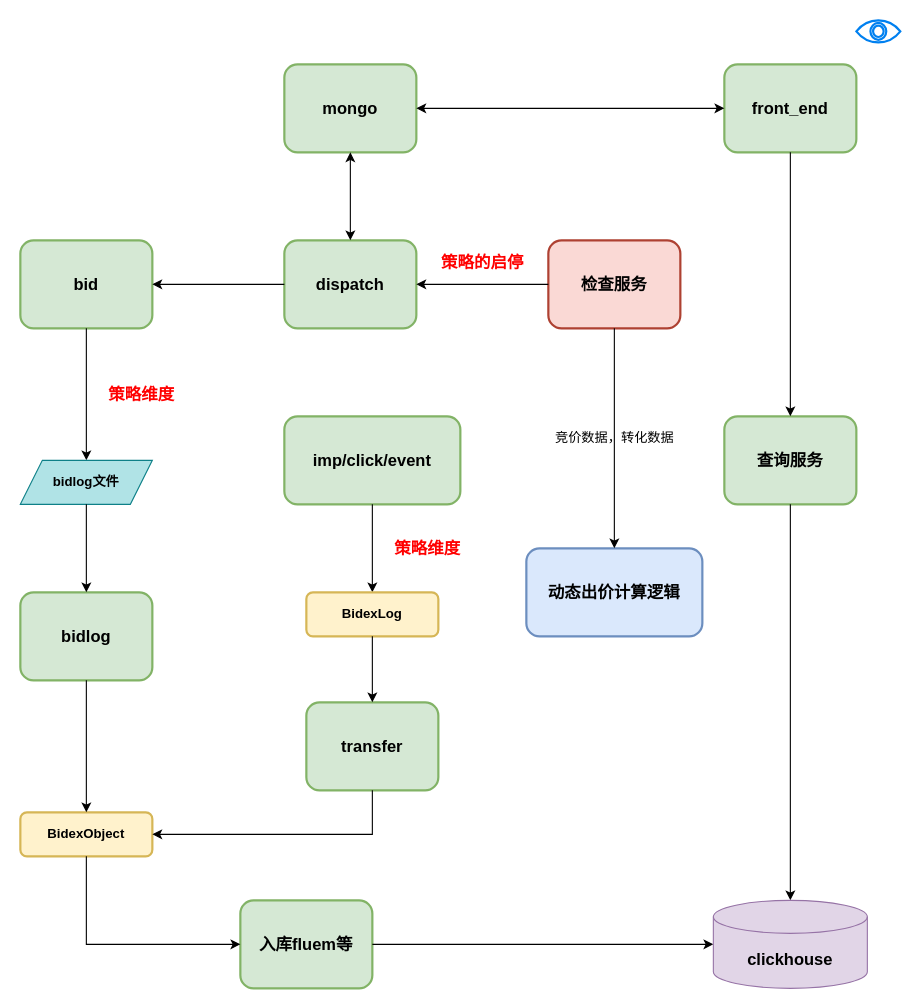
Before: sunteng/bidex/动态出价离线版.drawio in donscoco/diagrams, a draw.io diagram. Source tidied: cells renumbered, new cells numbered last; positions are measured from the earlier drawing's top-left corner, leaving out a move shared by most shapes. Both pictures are drawn from the tidied source at 110%, with x=0, y=0 at pixel (20, 20).
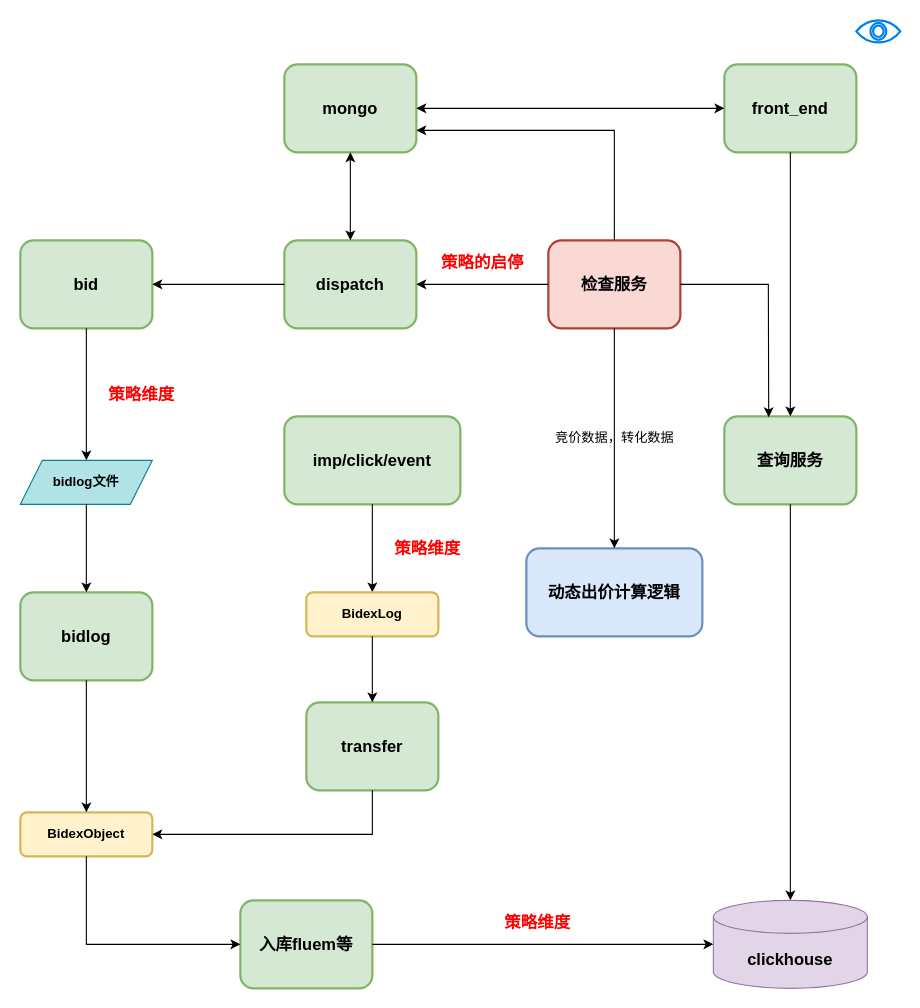
Above is the later version.

Commit message (it also covers changes not shown here):
更新动态出价离线版.drawio

Unchanged cells that the change refers to:
```xml
<mxCell id="5" value="&lt;span style=&quot;font-size: 15px;&quot;&gt;&lt;b&gt;查询服务&lt;/b&gt;&lt;/span&gt;" style="rounded=1;whiteSpace=wrap;html=1;strokeWidth=2;fillWeight=4;hachureGap=8;hachureAngle=45;fillColor=#d5e8d4;strokeColor=#82b366;" parent="1" vertex="1">
  <mxGeometry x="640" y="360" width="120" height="80" as="geometry" />
</mxCell>
<mxCell id="9" value="&lt;span style=&quot;font-size: 15px;&quot;&gt;&lt;b&gt;检查服务&lt;/b&gt;&lt;/span&gt;" style="rounded=1;whiteSpace=wrap;html=1;strokeWidth=2;fillWeight=4;hachureGap=8;hachureAngle=45;fillColor=#fad9d5;strokeColor=#ae4132;" parent="1" vertex="1">
  <mxGeometry x="480" y="200" width="120" height="80" as="geometry" />
</mxCell>
<mxCell id="11" value="&lt;span style=&quot;font-size: 15px;&quot;&gt;&lt;b&gt;mongo&lt;/b&gt;&lt;/span&gt;" style="rounded=1;whiteSpace=wrap;html=1;strokeWidth=2;fillWeight=4;hachureGap=8;hachureAngle=45;fillColor=#d5e8d4;strokeColor=#82b366;" parent="1" vertex="1">
  <mxGeometry x="240" y="40" width="120" height="80" as="geometry" />
</mxCell>
```

What changed in the source:
```diff
@@
+    <mxCell id="37" style="endArrow=classic;html=1;rounded=0;exitX=1;exitY=0.5;exitDx=0;exitDy=0;entryX=0.336;entryY=0.01;entryDx=0;entryDy=0;entryPerimeter=0;" parent="1" edge="1" source="9" target="5">
+      <mxGeometry relative="1" as="geometry">
+        <Array as="points">
+          <mxPoint x="680" y="240" />
+        </Array>
+      </mxGeometry>
+    </mxCell>
+    <mxCell id="38" value="策略维度" style="text;strokeColor=none;fillColor=none;html=1;fontSize=15;fontStyle=1;verticalAlign=middle;align=center;fontColor=#FF0000;" parent="1" vertex="1">
+      <mxGeometry x="420" y="800" width="100" height="40" as="geometry" />
+    </mxCell>
+    <mxCell id="39" style="endArrow=classic;html=1;rounded=0;exitX=0.5;exitY=0;exitDx=0;exitDy=0;entryX=1;entryY=0.75;entryDx=0;entryDy=0;" parent="1" edge="1" source="9" target="11">
+      <mxGeometry relative="1" as="geometry">
+        <Array as="points">
+          <mxPoint x="540" y="100" />
+        </Array>
+      </mxGeometry>
+    </mxCell>
```
